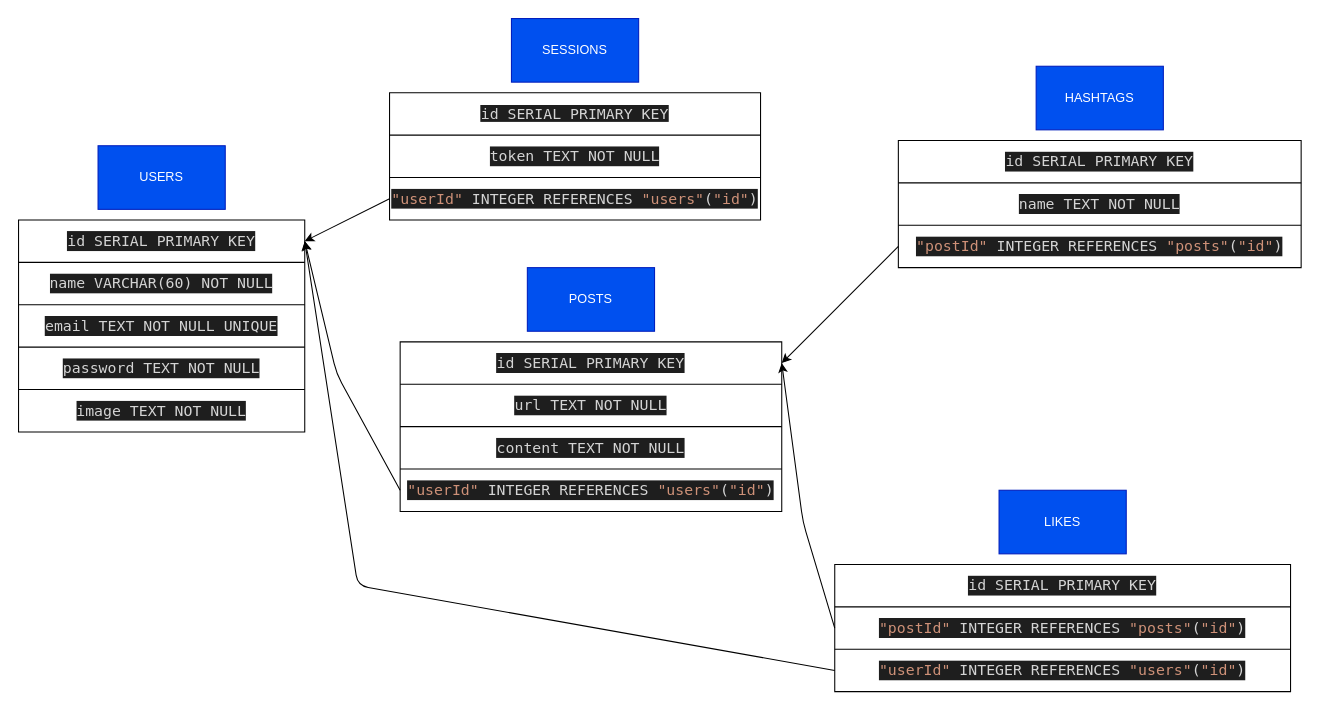
This is database.drawio from monique282/projeto19-linkr-back, a draw.io file, before an edit. Source tidied: cells renumbered, new cells numbered last; positions are measured from the earlier drawing's top-left corner, leaving out a move shared by most shapes. Both pictures are drawn from the tidied source at 106%, with x=0, y=0 at pixel (18, 18).
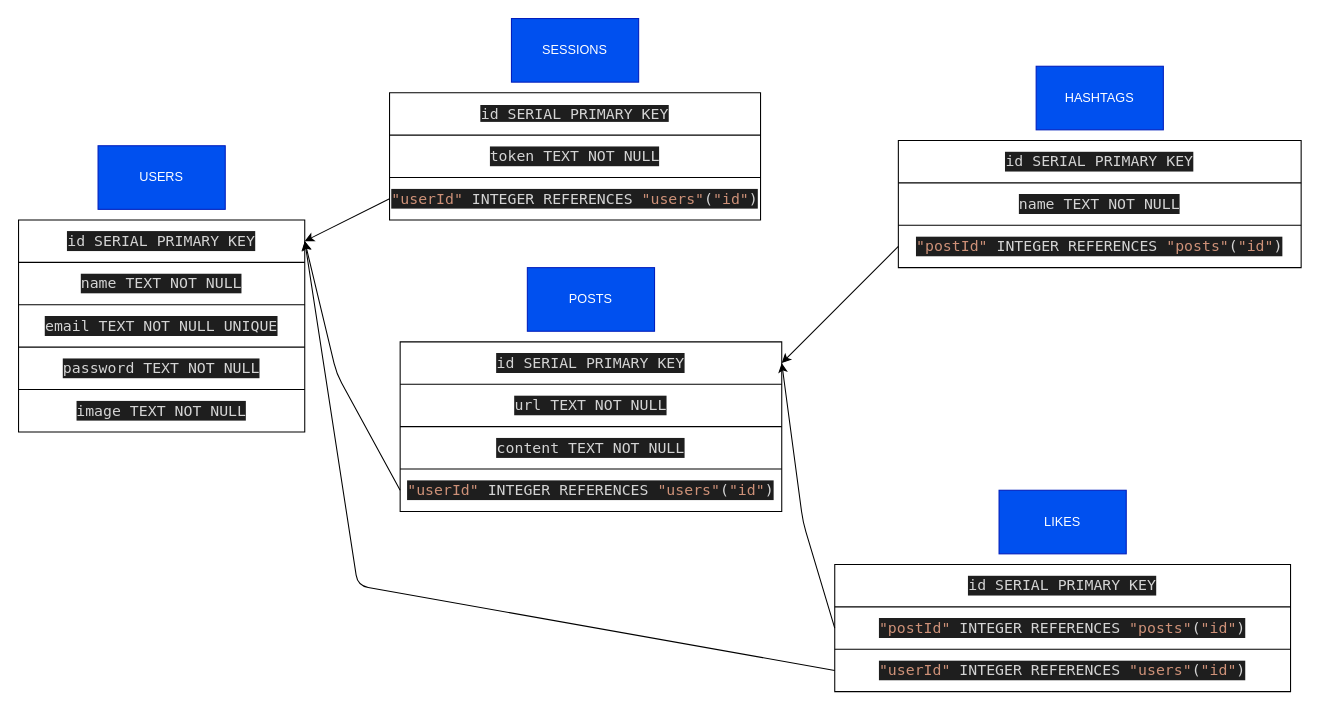
After the change.

Unchanged cells that the change refers to:
```xml
<mxCell id="5" style="shape=tableRow;horizontal=0;startSize=0;swimlaneHead=0;swimlaneBody=0;top=0;left=0;bottom=0;right=0;fillColor=none;" parent="2" vertex="1">
  <mxGeometry y="40" width="270" height="40" as="geometry" />
</mxCell>
```

Change to the diagram source:
```diff
@@
-    <mxCell id="6" value="&lt;div style=&quot;color: rgb(212, 212, 212); background-color: rgb(30, 30, 30); font-family: &amp;quot;Droid Sans Mono&amp;quot;, &amp;quot;monospace&amp;quot;, monospace; font-size: 14px; line-height: 19px;&quot;&gt;name VARCHAR(60) NOT NULL&lt;/div&gt;" style="shape=partialRectangle;html=1;whiteSpace=wrap;overflow=hidden;fillColor=none;top=0;left=0;bottom=0;right=0;" parent="5" vertex="1">
+    <mxCell id="6" value="&lt;div style=&quot;color: rgb(212, 212, 212); background-color: rgb(30, 30, 30); font-family: &amp;quot;Droid Sans Mono&amp;quot;, &amp;quot;monospace&amp;quot;, monospace; font-size: 14px; line-height: 19px;&quot;&gt;name TEXT NOT NULL&lt;/div&gt;" style="shape=partialRectangle;html=1;whiteSpace=wrap;overflow=hidden;fillColor=none;top=0;left=0;bottom=0;right=0;" parent="5" vertex="1">
       <mxGeometry width="270" height="40" as="geometry" />
     </mxCell>
```
